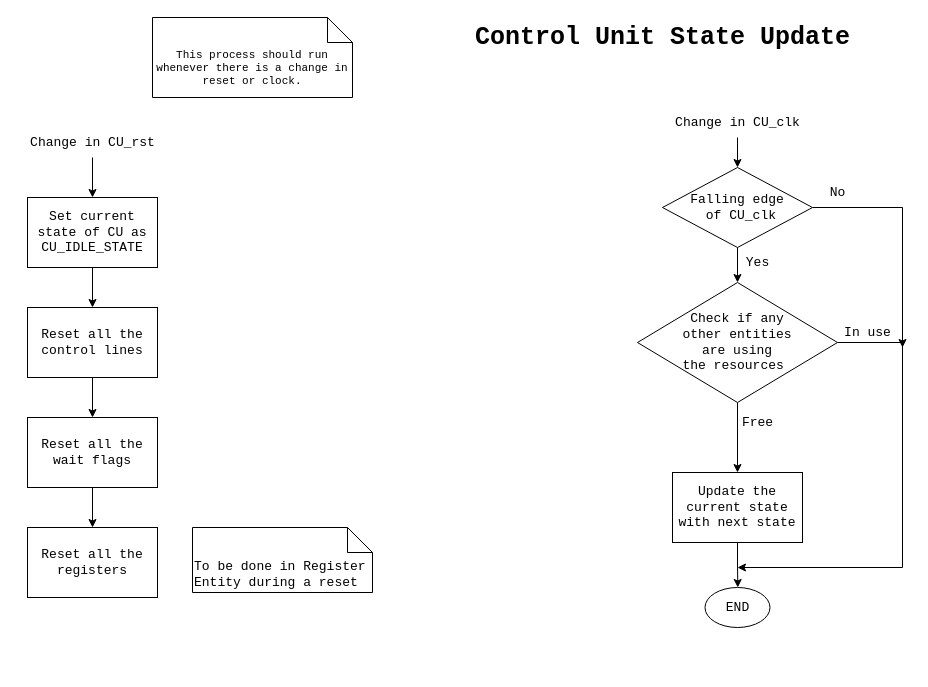
Vichu95/Basic_CPU_FPGA keeps this draw.io diagram as page "CU State Update" (2 of 8) of 04_ControlUnit_v1/CPU_Design.drawio. Above is the earlier version. Source tidied: cells renumbered, new cells numbered last; positions are measured from the earlier drawing's top-left corner, leaving out a move shared by most shapes. Both pictures are drawn from the tidied source at 100%, with x=0, y=0 at pixel (17, 17).
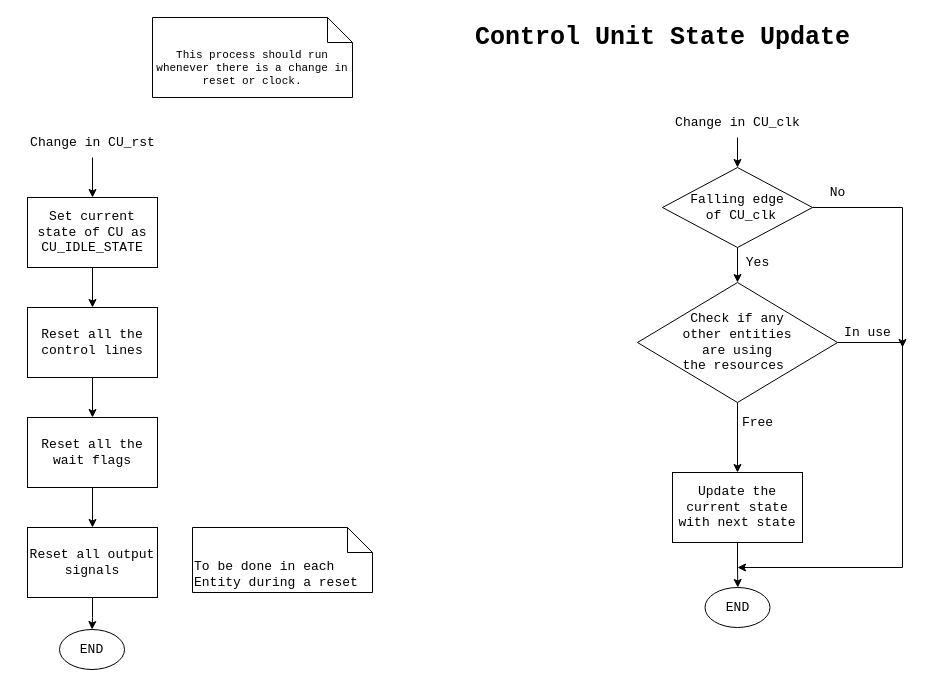
The same diagram, later.

What changed in the source:
```diff
@@
+    <mxCell id="29" style="edgeStyle=orthogonalEdgeStyle;rounded=0;jettySize=auto;html=1;fontFamily=Courier New;fontSize=34;fontColor=#FF0000;startArrow=none;startFill=0;endArrow=classic;endFill=1;" parent="1" edge="1" source="9" target="30">
+      <mxGeometry relative="1" as="geometry" />
+    </mxCell>
-    <mxCell id="9" value="Reset all the registers" style="rounded=0;whiteSpace=wrap;html=1;fontFamily=Courier New;fontSize=13;" parent="1" vertex="1">
+    <mxCell id="9" value="Reset all output signals" style="rounded=0;whiteSpace=wrap;html=1;fontFamily=Courier New;fontSize=13;" parent="1" vertex="1">
       <mxGeometry x="10" y="510" width="130" height="70" as="geometry" />
     </mxCell>
-    <mxCell id="10" value="To be done in Register Entity during a reset" style="shape=note2;boundedLbl=1;whiteSpace=wrap;html=1;size=25;verticalAlign=top;align=left;fontFamily=Courier New;fontSize=13;" parent="1" vertex="1">
+    <mxCell id="10" value="To be done in each Entity during a reset" style="shape=note2;boundedLbl=1;whiteSpace=wrap;html=1;size=25;verticalAlign=top;align=left;fontFamily=Courier New;fontSize=13;" parent="1" vertex="1">
       <mxGeometry x="175" y="510" width="180" height="65" as="geometry" />
     </mxCell>
@@
+    <mxCell id="30" value="END" style="ellipse;whiteSpace=wrap;html=1;fontFamily=Courier New;fontSize=13;" parent="1" vertex="1">
+      <mxGeometry x="42" y="612" width="65" height="40" as="geometry" />
+    </mxCell>
```
